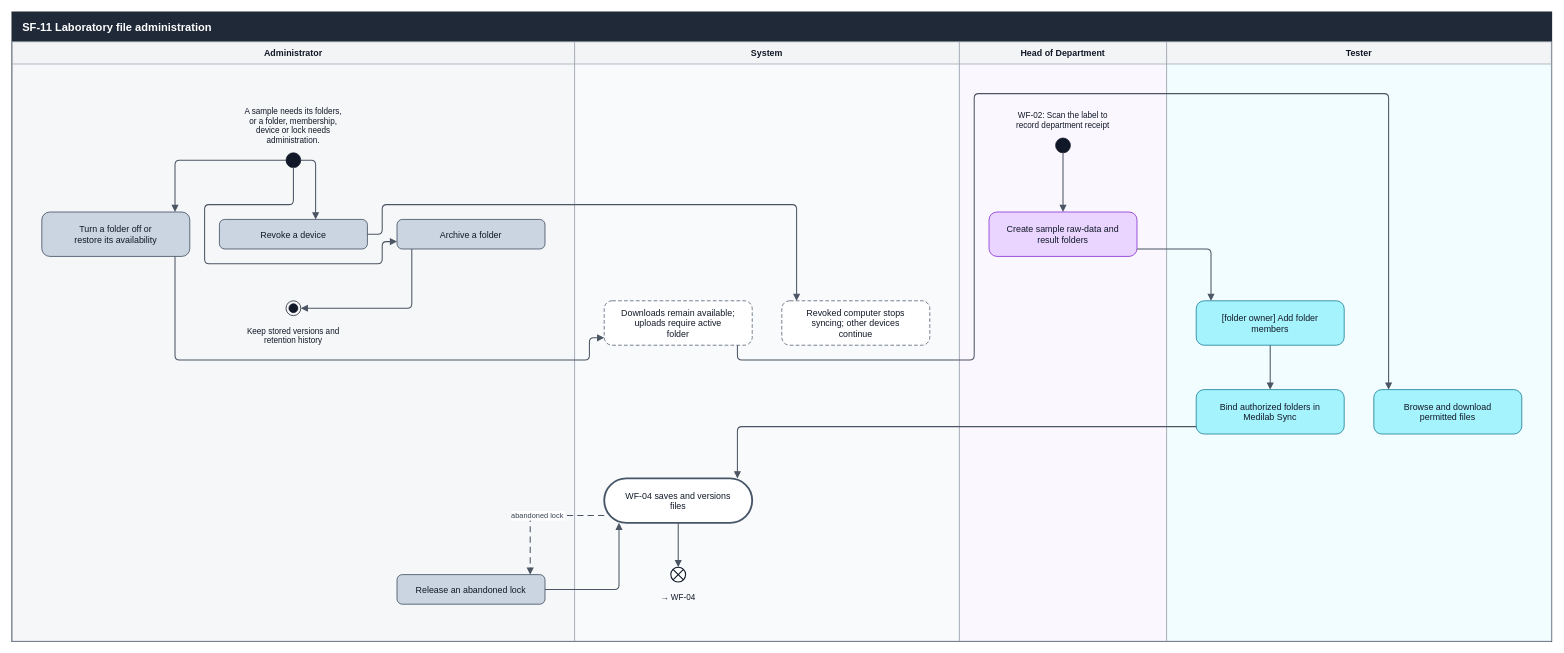
SoltuneMontepre/medilab keeps this draw.io diagram as docs/reports/activity-diagram/final/Supporting flows/SF-11 Laboratory file administration.drawio. Above is the earlier version. Source tidied: cells renumbered, new cells numbered last; positions are measured from the earlier drawing's top-left corner, leaving out a move shared by most shapes. Both pictures are drawn from the tidied source at 74%, with x=0, y=0 at pixel (12, 12).
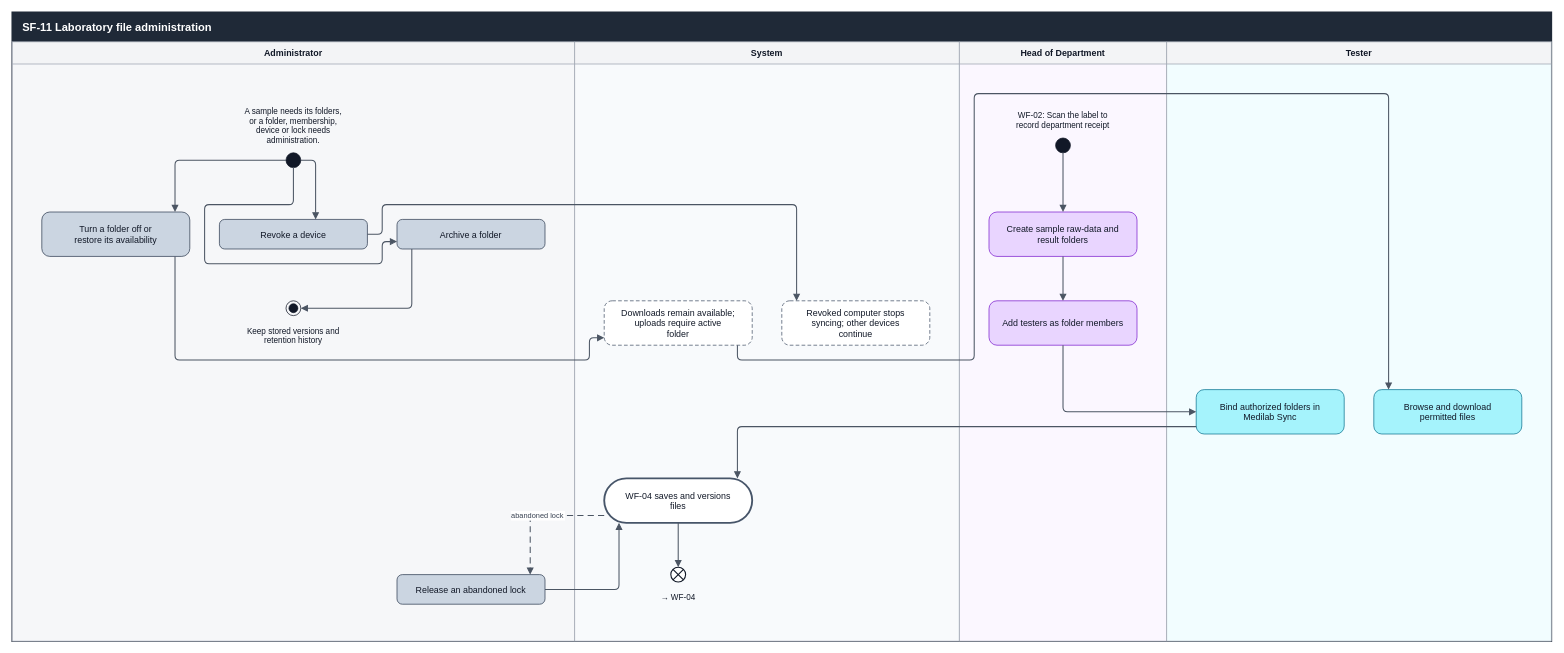
After the change.

Commit message (it also covers changes not shown here):
[docs] Add the missing entries and owner steps to the SF-04, SF-05, SF-10 and SF-11 diagrams

The change refers to these unchanged cells:
```xml
<mxCell id="2" value="SF-11 Laboratory file administration" style="swimlane;startSize=40;html=0;fillColor=#1F2937;fontColor=#FFFFFF;strokeColor=#1F2937;strokeWidth=2;swimlaneFillColor=#FFFFFF;fontStyle=1;fontSize=15;fontFamily=Helvetica;align=left;spacingLeft=12;" parent="1" vertex="1">
  <mxGeometry width="2080" height="850" as="geometry" />
</mxCell>
<mxCell id="7" value="Create sample raw-data and&#10;result folders" style="rounded=1;arcSize=18;html=0;fontSize=12;fontFamily=Helvetica;fontColor=#111827;fillColor=#E9D5FF;strokeColor=#7E22CE;" parent="2" vertex="1">
  <mxGeometry x="1320" y="270" width="200" height="60" as="geometry" />
</mxCell>
<mxCell id="9" value="Bind authorized folders in&#10;Medilab Sync" style="rounded=1;arcSize=18;html=0;fontSize=12;fontFamily=Helvetica;fontColor=#111827;fillColor=#A5F3FC;strokeColor=#0E7490;" parent="2" vertex="1">
  <mxGeometry x="1600" y="510" width="200" height="60" as="geometry" />
</mxCell>
```

The edit, as a diff of the source:
```diff
@@
-    <mxCell id="8" value="[folder owner] Add folder&#10;members" style="rounded=1;arcSize=18;html=0;fontSize=12;fontFamily=Helvetica;fontColor=#111827;fillColor=#A5F3FC;strokeColor=#0E7490;" parent="2" vertex="1">
-      <mxGeometry x="1600" y="390" width="200" height="60" as="geometry" />
+    <mxCell id="8" value="Add testers as folder members" style="rounded=1;arcSize=18;html=0;fontSize=12;fontFamily=Helvetica;fontColor=#111827;fillColor=#E9D5FF;strokeColor=#7E22CE;" parent="2" vertex="1">
+      <mxGeometry x="1320" y="390" width="200" height="60" as="geometry" />
     </mxCell>
@@
-    <mxCell id="26" style="edgeStyle=none;rounded=1;arcSize=12;html=0;endArrow=block;endFill=1;endSize=6;strokeColor=#4B5563;strokeWidth=1.4;exitX=0.50000;exitY=1.00000;exitDx=0;exitDy=0;exitPerimeter=0;entryX=0.50000;entryY=0.00000;entryDx=0;entryDy=0;entryPerimeter=0;fontSize=10;fontFamily=Helvetica;fontColor=#374151;labelBackgroundColor=#FFFFFF;" parent="2" edge="1" source="8" target="9">
-      <mxGeometry relative="1" as="geometry" />
+    <mxCell id="26" style="edgeStyle=none;rounded=1;arcSize=12;html=0;endArrow=block;endFill=1;endSize=6;strokeColor=#4B5563;strokeWidth=1.4;exitX=0.50000;exitY=1.00000;exitDx=0;exitDy=0;exitPerimeter=0;entryX=0.00000;entryY=0.50000;entryDx=0;entryDy=0;entryPerimeter=0;fontSize=10;fontFamily=Helvetica;fontColor=#374151;labelBackgroundColor=#FFFFFF;" parent="2" edge="1" source="8" target="9">
+      <mxGeometry relative="1" as="geometry">
+        <Array as="points">
+          <mxPoint x="1420" y="540" />
+        </Array>
+      </mxGeometry>
     </mxCell>
-    <mxCell id="27" style="edgeStyle=none;rounded=1;arcSize=12;html=0;endArrow=block;endFill=1;endSize=6;strokeColor=#4B5563;strokeWidth=1.4;exitX=1.00000;exitY=0.83333;exitDx=0;exitDy=0;exitPerimeter=0;entryX=0.10000;entryY=0.00000;entryDx=0;entryDy=0;entryPerimeter=0;fontSize=10;fontFamily=Helvetica;fontColor=#374151;labelBackgroundColor=#FFFFFF;" parent="2" edge="1" source="7" target="8">
-      <mxGeometry relative="1" as="geometry">
-        <Array as="points">
-          <mxPoint x="1620" y="320" />
-        </Array>
-      </mxGeometry>
+    <mxCell id="27" style="edgeStyle=none;rounded=1;arcSize=12;html=0;endArrow=block;endFill=1;endSize=6;strokeColor=#4B5563;strokeWidth=1.4;exitX=0.50000;exitY=1.00000;exitDx=0;exitDy=0;exitPerimeter=0;entryX=0.50000;entryY=0.00000;entryDx=0;entryDy=0;entryPerimeter=0;fontSize=10;fontFamily=Helvetica;fontColor=#374151;labelBackgroundColor=#FFFFFF;" parent="2" edge="1" source="7" target="8">
+      <mxGeometry relative="1" as="geometry" />
     </mxCell>
```
